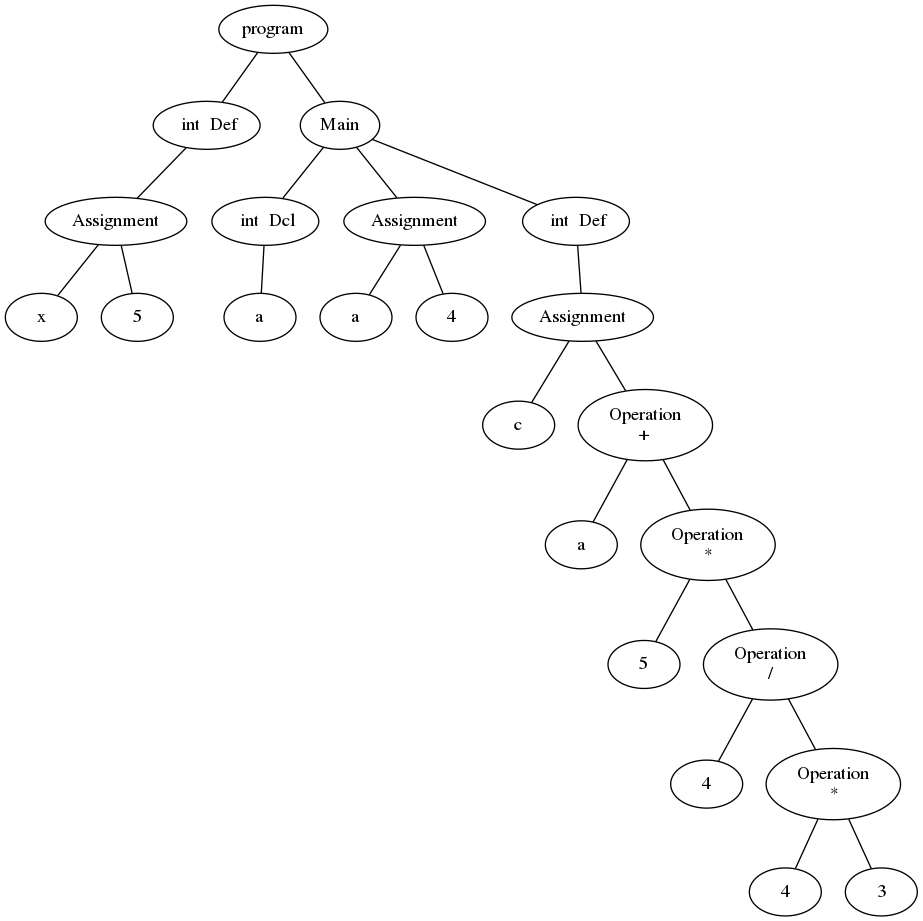
Earlier version of the Graphviz export AST.png (Danh95/Project-Compilers). Its source is kept beside it as AST.dot. The source it was exported from:
```dot
graph AST {
0[label="program"];
1[label="doSomething()"];
0 -- 1;
2[label="Assignment"];
1 -- 2;
3[label="y"];
2 -- 3;
4[label="Operation
*"];
2 -- 4;
5[label="y"];
4 -- 5;
6[label="2"];
4 -- 6;
7[label="Return"];
1 -- 7;
8[label="y"];
7 -- 8;
9[label="Main"];
0 -- 9;
10[label=" int  Def"];
9 -- 10;
11[label="Assignment"];
10 -- 11;
12[label="y"];
11 -- 12;
13[label="5"];
11 -- 13;
14[label=" int  Def"];
9 -- 14;
15[label="Assignment"];
14 -- 15;
16[label="x"];
15 -- 16;
17[label="doSomething()"];
15 -- 17;

}
```
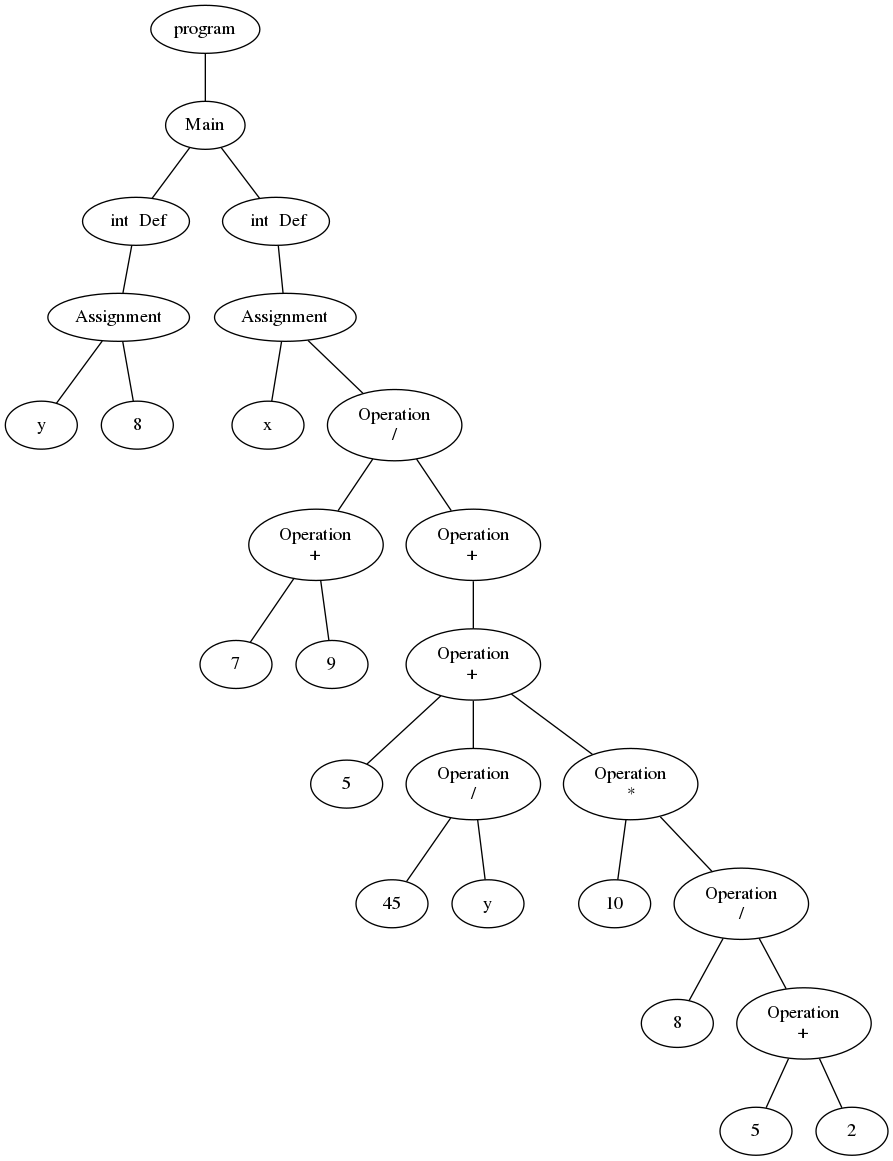
The same diagram one commit later.

The edit, as a diff of the source:
```diff
@@ -1,39 +1,18 @@
 graph AST {
 0[label="program"];
-1[label="doSomething()"];
+1[label="Main"];
 0 -- 1;
-2[label="Assignment"];
+2[label=" int  Dcl"];
 1 -- 2;
-3[label="y"];
+3[label="x"];
 2 -- 3;
-4[label="Operation
-*"];
-2 -- 4;
-5[label="y"];
+4[label=" int Pointer Def"];
+1 -- 4;
+5[label="Assignment"];
 4 -- 5;
-6[label="2"];
-4 -- 6;
-7[label="Return"];
-1 -- 7;
-8[label="y"];
-7 -- 8;
-9[label="Main"];
-0 -- 9;
-10[label=" int  Def"];
-9 -- 10;
-11[label="Assignment"];
-10 -- 11;
-12[label="y"];
-11 -- 12;
-13[label="5"];
-11 -- 13;
-14[label=" int  Def"];
-9 -- 14;
-15[label="Assignment"];
-14 -- 15;
-16[label="x"];
-15 -- 16;
-17[label="doSomething()"];
-15 -- 17;
+6[label="y"];
+5 -- 6;
+7[label="&&&x"];
+5 -- 7;
 
 }
```
